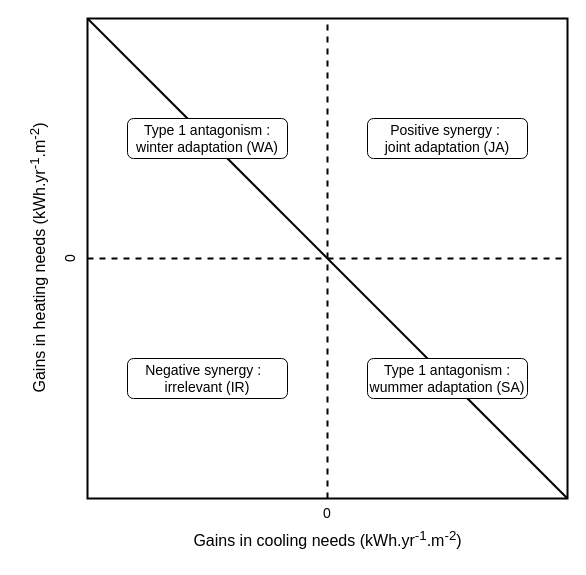
Before: 2_chapitre-2/cadran.drawio in amounier/redaction, a draw.io diagram. Source tidied: cells renumbered, new cells numbered last; positions are measured from the earlier drawing's top-left corner, leaving out a move shared by most shapes. Both pictures are drawn from the tidied source at 100%, with x=0, y=0 at pixel (-108, 18).
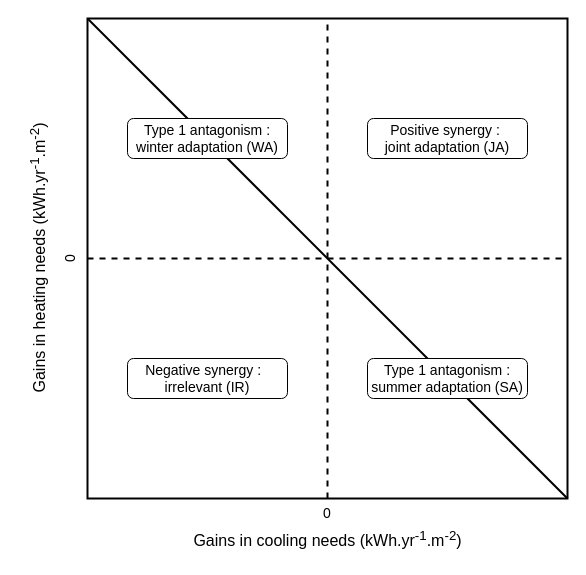
Above is the later version.

Change to the diagram source:
```diff
@@
 <mxGraphModel>
   <root>
     <mxCell id="0" />
     <mxCell id="1" parent="0" />
     <mxCell id="2" style="rounded=0;whiteSpace=wrap;html=1;strokeWidth=2;fillColor=default;" parent="1" vertex="1">
       <mxGeometry x="195" width="480" height="480" as="geometry" />
     </mxCell>
     <mxCell id="3" value="&lt;font style=&quot;font-size: 16px;&quot;&gt;Gains in cooling needs (kWh.yr&lt;sup&gt;-1&lt;/sup&gt;.m&lt;sup&gt;-2&lt;/sup&gt;)&lt;/font&gt;" style="text;html=1;align=center;verticalAlign=middle;strokeColor=none;fillColor=none;" parent="1" vertex="1">
       <mxGeometry x="290" y="500" width="290" height="40" as="geometry" />
     </mxCell>
     <mxCell id="4" value="&lt;font style=&quot;font-size: 16px;&quot;&gt;Gains in heating needs (kWh.yr&lt;sup&gt;-1&lt;/sup&gt;.m&lt;sup&gt;-2&lt;/sup&gt;)&lt;/font&gt;" style="text;html=1;align=center;verticalAlign=middle;strokeColor=none;fillColor=none;rotation=270;" parent="1" vertex="1">
       <mxGeometry y="220" width="290" height="40" as="geometry" />
     </mxCell>
     <mxCell id="5" value="0" style="text;html=1;align=center;verticalAlign=middle;whiteSpace=wrap;rounded=0;fontSize=14;" parent="1" vertex="1">
       <mxGeometry x="405" y="480" width="60" height="30" as="geometry" />
     </mxCell>
     <mxCell id="6" value="0" style="text;html=1;align=center;verticalAlign=middle;whiteSpace=wrap;rounded=0;fontSize=14;rotation=270;" parent="1" vertex="1">
       <mxGeometry x="148" y="225" width="60" height="30" as="geometry" />
     </mxCell>
     <mxCell id="7" style="endArrow=none;html=1;rounded=0;strokeWidth=2;dashed=1;" parent="1" edge="1">
       <mxGeometry relative="1" as="geometry">
         <mxPoint x="435" y="480" as="sourcePoint" />
         <mxPoint x="435" as="targetPoint" />
       </mxGeometry>
     </mxCell>
     <mxCell id="8" style="endArrow=none;html=1;rounded=0;strokeWidth=2;dashed=1;" parent="1" edge="1">
       <mxGeometry relative="1" as="geometry">
         <mxPoint x="195" y="240" as="sourcePoint" />
         <mxPoint x="675" y="240" as="targetPoint" />
       </mxGeometry>
     </mxCell>
     <mxCell id="9" style="endArrow=none;html=1;rounded=0;entryX=0;entryY=0;entryDx=0;entryDy=0;exitX=1;exitY=1;exitDx=0;exitDy=0;strokeWidth=2;" parent="1" edge="1" source="2" target="2">
       <mxGeometry relative="1" as="geometry" />
     </mxCell>
     <mxCell id="10" value="&lt;font style=&quot;font-size: 14px;&quot;&gt;Positive synergy :&amp;nbsp;&lt;/font&gt;&lt;div&gt;&lt;font style=&quot;font-size: 14px;&quot;&gt;joint adaptation (JA)&lt;/font&gt;&lt;/div&gt;" style="text;html=1;align=center;verticalAlign=middle;whiteSpace=wrap;rounded=1;strokeColor=default;perimeterSpacing=10;strokeWidth=1;" parent="1" vertex="1">
       <mxGeometry x="475" y="100" width="160" height="40" as="geometry" />
     </mxCell>
     <mxCell id="11" value="&lt;font style=&quot;font-size: 14px;&quot;&gt;Negative synergy :&amp;nbsp;&amp;nbsp;&lt;/font&gt;&lt;div&gt;&lt;font style=&quot;font-size: 14px;&quot;&gt;irrelevant (IR)&lt;/font&gt;&lt;/div&gt;" style="text;html=1;align=center;verticalAlign=middle;whiteSpace=wrap;rounded=1;strokeColor=default;perimeterSpacing=10;strokeWidth=1;" parent="1" vertex="1">
       <mxGeometry x="235" y="340" width="160" height="40" as="geometry" />
     </mxCell>
     <mxCell id="12" value="&lt;font style=&quot;font-size: 14px;&quot;&gt;Type 1 antagonism : winter adaptation (WA)&lt;/font&gt;" style="text;html=1;align=center;verticalAlign=middle;whiteSpace=wrap;rounded=1;fillColor=default;strokeColor=default;perimeterSpacing=10;strokeWidth=1;" parent="1" vertex="1">
       <mxGeometry x="235" y="100" width="160" height="40" as="geometry" />
     </mxCell>
-    <mxCell id="13" value="&lt;span style=&quot;font-size: 14px;&quot;&gt;Type 1 antagonism : wummer adaptation (SA)&lt;/span&gt;" style="text;html=1;align=center;verticalAlign=middle;whiteSpace=wrap;rounded=1;fillColor=default;gradientColor=none;strokeColor=default;perimeterSpacing=10;strokeWidth=1;" parent="1" vertex="1">
+    <mxCell id="13" value="&lt;span style=&quot;font-size: 14px;&quot;&gt;Type 1 antagonism : summer adaptation (SA)&lt;/span&gt;" style="text;html=1;align=center;verticalAlign=middle;whiteSpace=wrap;rounded=1;fillColor=default;gradientColor=none;strokeColor=default;perimeterSpacing=10;strokeWidth=1;" parent="1" vertex="1">
       <mxGeometry x="475" y="340" width="160" height="40" as="geometry" />
     </mxCell>
   </root>
 </mxGraphModel>
```
